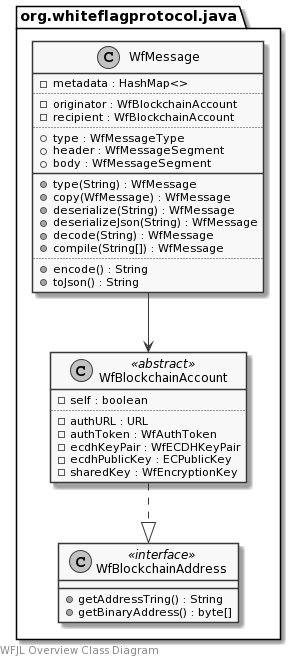
The PlantUML diagram docs/uml/overview.png in WhiteflagProtocol/whiteflag-java, before a commit.
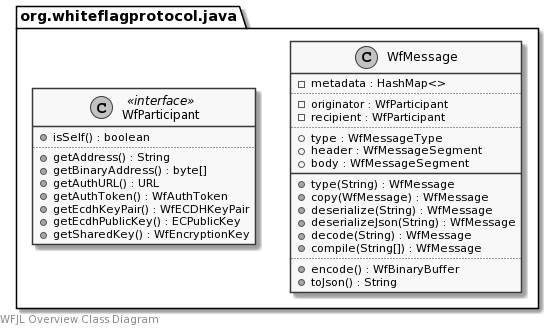
Above is the later version.

Diff of the diagram source:
```diff
@@ -7,8 +7,8 @@
     class WfMessage {
         -metadata : HashMap<>
         ..
-        -originator : WfBlockchainAccount
-        -recipient : WfBlockchainAccount
+        -originator : WfParticipant
+        -recipient : WfParticipant
         ..
         +type : WfMessageType
         +header : WfMessageSegment
@@ -21,26 +21,20 @@
         +decode(String) : WfMessage
         +compile(String[]) : WfMessage
         ..
-        +encode() : String
+        +encode() : WfBinaryBuffer
         +toJson() : String
     }
 
-    class WfBlockchainAccount <<abstract>> {
-        -self : boolean
+    class WfParticipant <<interface>> {
+        +isSelf() : boolean
         ..
-        -authURL : URL
-        -authToken : WfAuthToken
-        -ecdhKeyPair : WfECDHKeyPair
-        -ecdhPublicKey : ECPublicKey
-        -sharedKey : WfEncryptionKey
-    }
-
-    class WfBlockchainAddress <<interface>> {
-        +getAddressTring() : String
+        +getAddress() : String
         +getBinaryAddress() : byte[]
+        +getAuthURL() : URL
+        +getAuthToken() : WfAuthToken
+        +getEcdhKeyPair() : WfECDHKeyPair
+        +getEcdhPublicKey() : ECPublicKey
+        +getSharedKey() : WfEncryptionKey
     }
 }
-
-WfMessage --> WfBlockchainAccount
-WfBlockchainAccount ..|> WfBlockchainAddress
 @enduml
```
